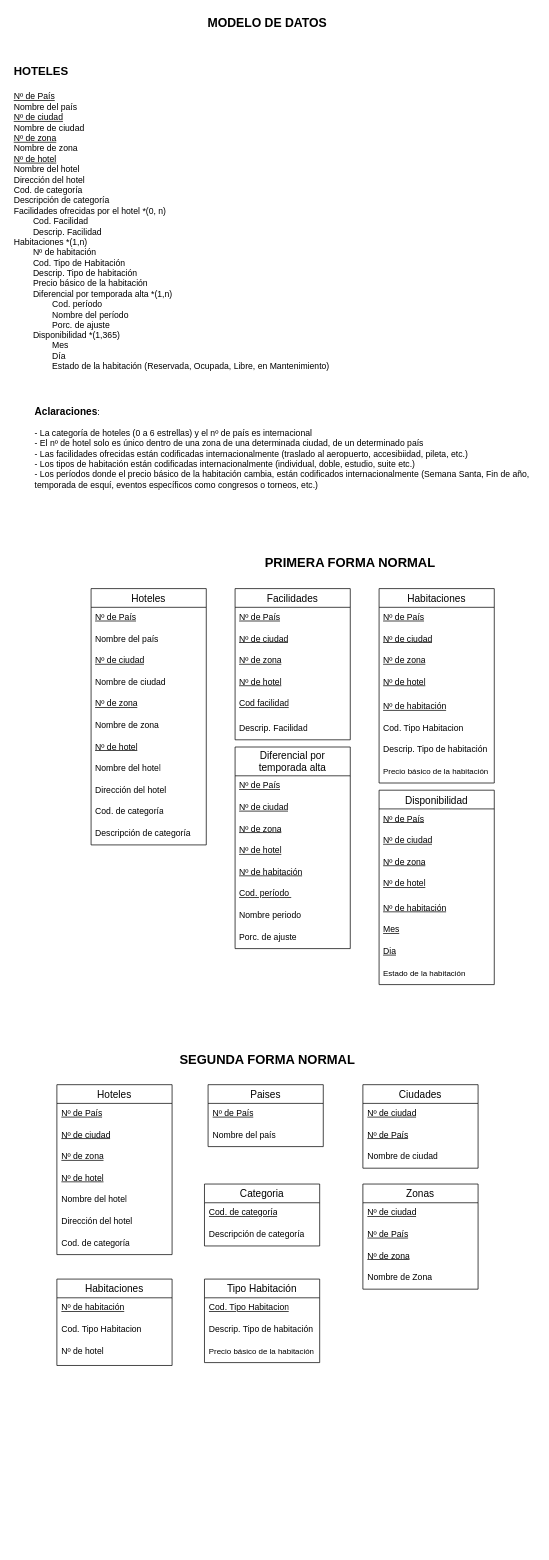
Earlier version of the draw.io diagram Diagrama-Entidad-Relacion.drawio (FrancoSimonFormia/TP-Hoteles-DABD-Grupo11). Source tidied: cells renumbered, new cells numbered last; positions are measured from the earlier drawing's top-left corner, leaving out a move shared by most shapes. Both pictures are drawn from the tidied source at 72%, with x=0, y=0 at pixel (12, 12).
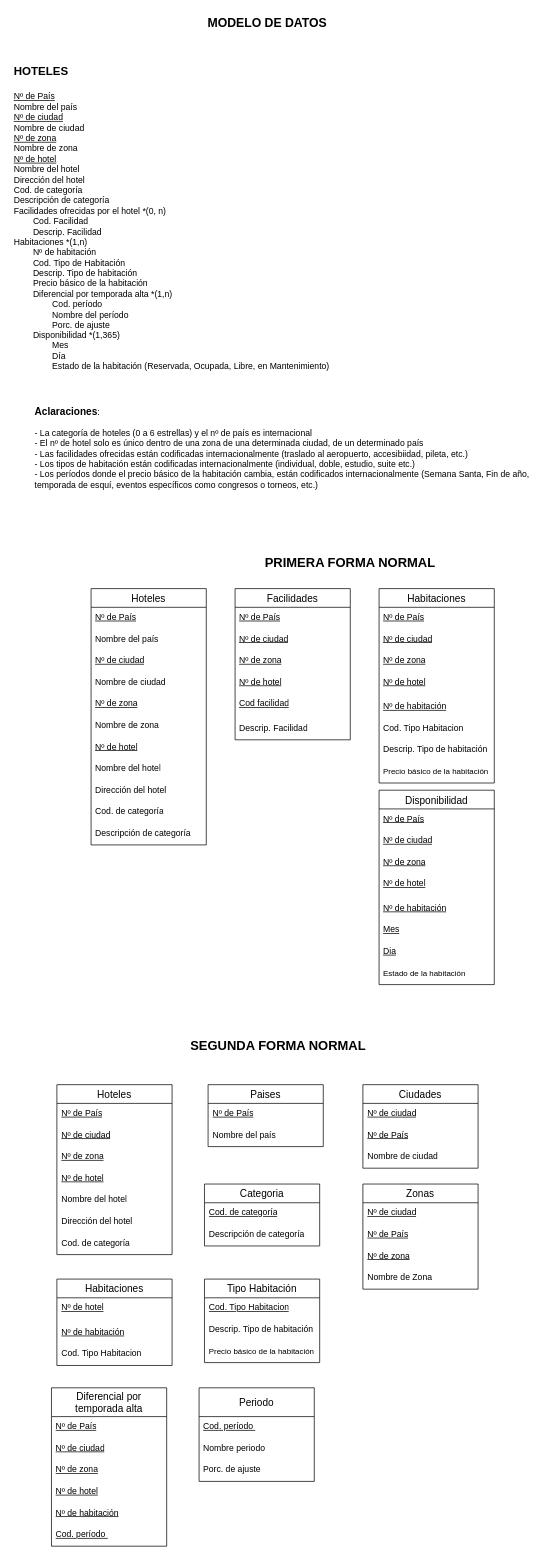
The same diagram, later.

Commit message:
Normalizando la tabla de diferencial

The change refers to these unchanged cells:
```xml
<mxCell id="80" value="Habitaciones" style="swimlane;fontStyle=0;horizontal=1;startSize=26;align=center;fontSize=14;" parent="1" vertex="1">
  <mxGeometry x="61.5" y="1759" width="160" height="120" as="geometry" />
</mxCell>
```

Diff of the diagram source:
```diff
@@
     <mxCell id="34" value="Diferencial por&#10;temporada alta" style="swimlane;fontStyle=0;horizontal=1;startSize=40;align=center;fontSize=14;" parent="1" vertex="1">
-      <mxGeometry x="309" y="1020" width="160" height="280" as="geometry" />
+      <mxGeometry x="54" y="1910" width="160" height="220" as="geometry" />
     </mxCell>
@@
-    <mxCell id="41" value="&lt;div&gt;Nombre periodo&lt;/div&gt;" style="text;strokeColor=none;fillColor=none;spacingLeft=4;spacingRight=4;overflow=hidden;fontSize=12;whiteSpace=wrap;html=1;" parent="34" vertex="1">
-      <mxGeometry y="220" width="160" height="30" as="geometry" />
-    </mxCell>
-    <mxCell id="42" value="Porc. de ajuste&lt;div&gt;&lt;br/&gt;&lt;/div&gt;" style="text;strokeColor=none;fillColor=none;spacingLeft=4;spacingRight=4;overflow=hidden;fontSize=12;whiteSpace=wrap;html=1;" parent="34" vertex="1">
-      <mxGeometry y="250" width="160" height="30" as="geometry" />
-    </mxCell>
@@
     <mxCell id="52" value="&lt;b&gt;&lt;font style=&quot;font-size: 18px;&quot;&gt;SEGUNDA FORMA NORMAL&lt;/font&gt;&lt;/b&gt;" style="text;html=1;align=center;verticalAlign=middle;whiteSpace=wrap;rounded=0;" parent="1" vertex="1">
-      <mxGeometry x="214" y="1440" width="280" height="30" as="geometry" />
+      <mxGeometry x="229" y="1420" width="280" height="30" as="geometry" />
     </mxCell>
@@
+    <mxCell id="83" value="Nº de hotel&lt;div&gt;&lt;br&gt;&lt;/div&gt;" style="text;strokeColor=none;fillColor=none;spacingLeft=4;spacingRight=4;overflow=hidden;fontSize=12;whiteSpace=wrap;html=1;fontStyle=4;" parent="80" vertex="1">
+      <mxGeometry y="26" width="160" height="34" as="geometry" />
+    </mxCell>
     <mxCell id="81" value="Nº de habitación" style="text;strokeColor=none;fillColor=none;spacingLeft=4;spacingRight=4;overflow=hidden;fontSize=12;whiteSpace=wrap;html=1;fontStyle=4;" parent="80" vertex="1">
-      <mxGeometry y="26" width="160" height="30" as="geometry" />
+      <mxGeometry y="60" width="160" height="30" as="geometry" />
     </mxCell>
     <mxCell id="82" value="Cod. Tipo Habitacion" style="text;strokeColor=none;fillColor=none;spacingLeft=4;spacingRight=4;overflow=hidden;fontSize=12;whiteSpace=wrap;html=1;" parent="80" vertex="1">
-      <mxGeometry y="56" width="160" height="30" as="geometry" />
+      <mxGeometry y="90" width="160" height="30" as="geometry" />
     </mxCell>
-    <mxCell id="83" value="Nº de hotel&lt;div&gt;&lt;br&gt;&lt;/div&gt;" style="text;strokeColor=none;fillColor=none;spacingLeft=4;spacingRight=4;overflow=hidden;fontSize=12;whiteSpace=wrap;html=1;" parent="80" vertex="1">
-      <mxGeometry y="86" width="160" height="34" as="geometry" />
-    </mxCell>
+    <mxCell id="84" value="Periodo" style="swimlane;fontStyle=0;horizontal=1;startSize=40;align=center;fontSize=14;" parent="1" vertex="1">
+      <mxGeometry x="259" y="1910" width="160" height="130" as="geometry" />
+    </mxCell>
+    <mxCell id="85" value="&lt;u&gt;Cod. período&amp;nbsp;&lt;/u&gt;" style="text;strokeColor=none;fillColor=none;spacingLeft=4;spacingRight=4;overflow=hidden;fontSize=12;whiteSpace=wrap;html=1;" parent="84" vertex="1">
+      <mxGeometry y="40" width="160" height="30" as="geometry" />
+    </mxCell>
+    <mxCell id="41" value="&lt;div&gt;Nombre periodo&lt;/div&gt;" style="text;strokeColor=none;fillColor=none;spacingLeft=4;spacingRight=4;overflow=hidden;fontSize=12;whiteSpace=wrap;html=1;" parent="84" vertex="1">
+      <mxGeometry y="70" width="160" height="30" as="geometry" />
+    </mxCell>
+    <mxCell id="42" value="Porc. de ajuste&lt;div&gt;&lt;br/&gt;&lt;/div&gt;" style="text;strokeColor=none;fillColor=none;spacingLeft=4;spacingRight=4;overflow=hidden;fontSize=12;whiteSpace=wrap;html=1;" parent="84" vertex="1">
+      <mxGeometry y="100" width="160" height="30" as="geometry" />
+    </mxCell>
```
